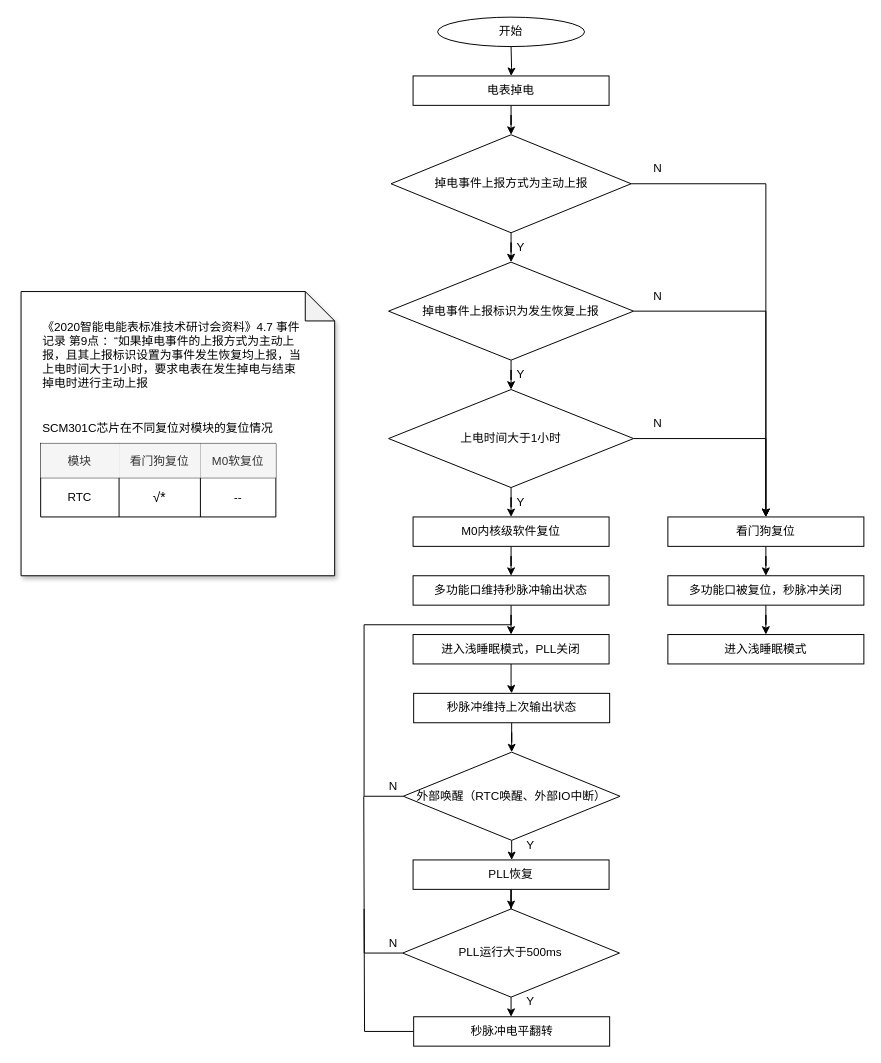
Above: 福建单相表低功耗异常.drawio in wigenbi/Diagrams (draw.io), before the change. Source tidied: cells renumbered, new cells numbered last; positions are measured from the earlier drawing's top-left corner, leaving out a move shared by most shapes. Both pictures are drawn from the tidied source at 98%, with x=0, y=0 at pixel (21, 17).
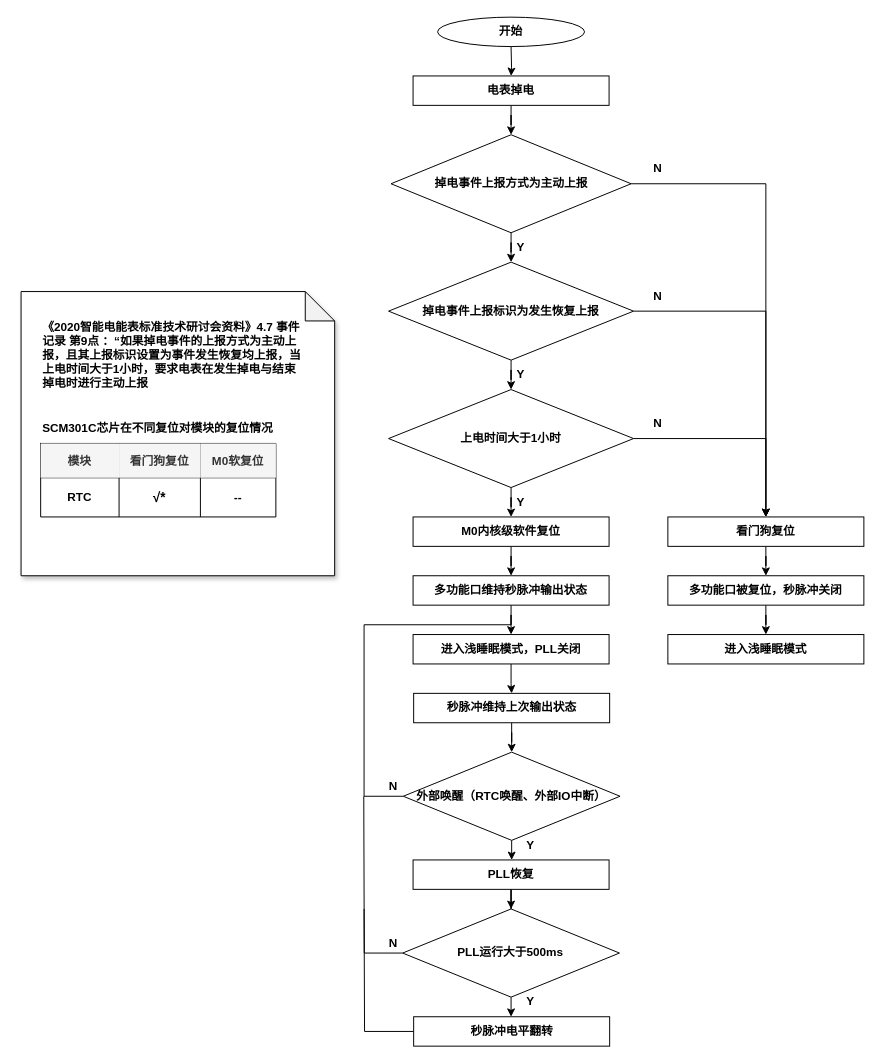
After the change.

Commit message:
更新福建单相表低功耗异常.drawio

The edit, as a diff of the source:
```diff
@@
-    <mxCell id="2" style="edgeStyle=orthogonalEdgeStyle;rounded=0;jettySize=auto;html=1;" parent="1" edge="1" target="4">
+    <mxCell id="2" style="edgeStyle=orthogonalEdgeStyle;rounded=0;jettySize=auto;html=1;fontStyle=1;" parent="1" edge="1" target="4">
       <mxGeometry relative="1" as="geometry">
         <mxPoint x="500" y="30" as="sourcePoint" />
       </mxGeometry>
     </mxCell>
-    <mxCell id="3" style="edgeStyle=orthogonalEdgeStyle;rounded=0;jettySize=auto;html=1;" parent="1" edge="1" source="4" target="7">
+    <mxCell id="3" style="edgeStyle=orthogonalEdgeStyle;rounded=0;jettySize=auto;html=1;fontStyle=1;" parent="1" edge="1" source="4" target="7">
       <mxGeometry relative="1" as="geometry" />
     </mxCell>
-    <mxCell id="4" value="电表掉电" style="rounded=0;whiteSpace=wrap;html=1;" parent="1" vertex="1">
+    <mxCell id="4" value="电表掉电" style="rounded=0;whiteSpace=wrap;html=1;fontStyle=1;" parent="1" vertex="1">
       <mxGeometry x="400" y="60" width="200" height="30" as="geometry" />
     </mxCell>
-    <mxCell id="5" style="edgeStyle=orthogonalEdgeStyle;rounded=0;jettySize=auto;html=1;" parent="1" edge="1" source="7" target="12">
+    <mxCell id="5" style="edgeStyle=orthogonalEdgeStyle;rounded=0;jettySize=auto;html=1;fontStyle=1;" parent="1" edge="1" source="7" target="12">
       <mxGeometry relative="1" as="geometry" />
     </mxCell>
-    <mxCell id="6" style="edgeStyle=orthogonalEdgeStyle;rounded=0;jettySize=auto;html=1;entryX=0.5;entryY=0;entryDx=0;entryDy=0;" parent="1" edge="1" source="7" target="37">
+    <mxCell id="6" style="edgeStyle=orthogonalEdgeStyle;rounded=0;jettySize=auto;html=1;entryX=0.5;entryY=0;entryDx=0;entryDy=0;fontStyle=1;" parent="1" edge="1" source="7" target="37">
       <mxGeometry relative="1" as="geometry" />
     </mxCell>
-    <mxCell id="7" value="掉电事件上报方式为主动上报" style="rhombus;html=1;whiteSpace=wrap;verticalAlign=middle;align=center;horizontal=1;" parent="1" vertex="1">
+    <mxCell id="7" value="掉电事件上报方式为主动上报" style="rhombus;html=1;whiteSpace=wrap;verticalAlign=middle;align=center;horizontal=1;fontStyle=1;" parent="1" vertex="1">
       <mxGeometry x="377.5" y="120" width="245" height="100" as="geometry" />
     </mxCell>
-    <mxCell id="8" value="&lt;div style=&quot;&quot;&gt;&lt;br&gt;&lt;/div&gt;" style="shape=note;whiteSpace=wrap;html=1;backgroundOutline=1;darkOpacity=0.05;align=left;shadow=1;" parent="1" vertex="1">
+    <mxCell id="8" value="&lt;div style=&quot;&quot;&gt;&lt;br&gt;&lt;/div&gt;" style="shape=note;whiteSpace=wrap;html=1;backgroundOutline=1;darkOpacity=0.05;align=left;shadow=1;fontStyle=1;" parent="1" vertex="1">
       <mxGeometry y="280" width="320" height="290" as="geometry" />
     </mxCell>
-    <mxCell id="9" value="开始" style="ellipse;whiteSpace=wrap;html=1;" parent="1" vertex="1">
+    <mxCell id="9" value="开始" style="ellipse;whiteSpace=wrap;html=1;fontStyle=1;" parent="1" vertex="1">
       <mxGeometry x="425" width="150" height="30" as="geometry" />
     </mxCell>
-    <mxCell id="10" style="edgeStyle=orthogonalEdgeStyle;rounded=0;jettySize=auto;html=1;" parent="1" edge="1" source="12" target="15">
+    <mxCell id="10" style="edgeStyle=orthogonalEdgeStyle;rounded=0;jettySize=auto;html=1;fontStyle=1;" parent="1" edge="1" source="12" target="15">
       <mxGeometry relative="1" as="geometry" />
     </mxCell>
-    <mxCell id="11" style="edgeStyle=orthogonalEdgeStyle;rounded=0;jettySize=auto;html=1;entryX=0.5;entryY=0;entryDx=0;entryDy=0;" parent="1" edge="1" source="12" target="37">
+    <mxCell id="11" style="edgeStyle=orthogonalEdgeStyle;rounded=0;jettySize=auto;html=1;entryX=0.5;entryY=0;entryDx=0;entryDy=0;fontStyle=1;" parent="1" edge="1" source="12" target="37">
       <mxGeometry relative="1" as="geometry" />
     </mxCell>
-    <mxCell id="12" value="掉电事件上报标识为发生恢复上报" style="rhombus;whiteSpace=wrap;html=1;" parent="1" vertex="1">
+    <mxCell id="12" value="掉电事件上报标识为发生恢复上报" style="rhombus;whiteSpace=wrap;html=1;fontStyle=1;" parent="1" vertex="1">
       <mxGeometry x="375" y="250" width="250" height="100" as="geometry" />
     </mxCell>
-    <mxCell id="13" style="edgeStyle=orthogonalEdgeStyle;rounded=0;jettySize=auto;html=1;" parent="1" edge="1" source="15" target="19">
+    <mxCell id="13" style="edgeStyle=orthogonalEdgeStyle;rounded=0;jettySize=auto;html=1;fontStyle=1;" parent="1" edge="1" source="15" target="19">
       <mxGeometry relative="1" as="geometry" />
     </mxCell>
-    <mxCell id="14" style="edgeStyle=orthogonalEdgeStyle;rounded=0;jettySize=auto;html=1;" parent="1" edge="1" source="15" target="37">
+    <mxCell id="14" style="edgeStyle=orthogonalEdgeStyle;rounded=0;jettySize=auto;html=1;fontStyle=1;" parent="1" edge="1" source="15" target="37">
       <mxGeometry relative="1" as="geometry" />
     </mxCell>
-    <mxCell id="15" value="上电时间大于1小时" style="rhombus;whiteSpace=wrap;html=1;" parent="1" vertex="1">
+    <mxCell id="15" value="上电时间大于1小时" style="rhombus;whiteSpace=wrap;html=1;fontStyle=1;" parent="1" vertex="1">
       <mxGeometry x="375" y="380" width="250" height="100" as="geometry" />
     </mxCell>
-    <mxCell id="16" value="Y" style="text;html=1;strokeColor=none;fillColor=none;align=center;verticalAlign=middle;whiteSpace=wrap;rounded=0;" parent="1" vertex="1">
+    <mxCell id="16" value="Y" style="text;html=1;strokeColor=none;fillColor=none;align=center;verticalAlign=middle;whiteSpace=wrap;rounded=0;fontStyle=1;" parent="1" vertex="1">
       <mxGeometry x="480" y="220" width="60" height="30" as="geometry" />
     </mxCell>
-    <mxCell id="17" value="Y" style="text;html=1;strokeColor=none;fillColor=none;align=center;verticalAlign=middle;whiteSpace=wrap;rounded=0;" parent="1" vertex="1">
+    <mxCell id="17" value="Y" style="text;html=1;strokeColor=none;fillColor=none;align=center;verticalAlign=middle;whiteSpace=wrap;rounded=0;fontStyle=1;" parent="1" vertex="1">
       <mxGeometry x="480" y="350" width="60" height="30" as="geometry" />
     </mxCell>
-    <mxCell id="18" style="edgeStyle=orthogonalEdgeStyle;rounded=0;jettySize=auto;html=1;" parent="1" edge="1" source="19" target="33">
+    <mxCell id="18" style="edgeStyle=orthogonalEdgeStyle;rounded=0;jettySize=auto;html=1;fontStyle=1;" parent="1" edge="1" source="19" target="33">
       <mxGeometry relative="1" as="geometry" />
     </mxCell>
-    <mxCell id="19" value="M0内核级软件复位" style="rounded=0;whiteSpace=wrap;html=1;" parent="1" vertex="1">
+    <mxCell id="19" value="M0内核级软件复位" style="rounded=0;whiteSpace=wrap;html=1;fontStyle=1;" parent="1" vertex="1">
       <mxGeometry x="400" y="510" width="200" height="30" as="geometry" />
     </mxCell>
-    <mxCell id="20" style="shape=table;startSize=0;childLayout=tableLayout;" parent="1" vertex="1">
+    <mxCell id="20" style="shape=table;startSize=0;childLayout=tableLayout;fontStyle=1;" parent="1" vertex="1">
       <mxGeometry x="20" y="435" width="240" height="75" as="geometry" />
     </mxCell>
-    <mxCell id="21" style="shape=tableRow;horizontal=0;startSize=0;swimlaneHead=0;swimlaneBody=0;strokeColor=inherit;top=0;left=0;bottom=0;right=0;fillColor=none;" parent="20" vertex="1">
+    <mxCell id="21" style="shape=tableRow;horizontal=0;startSize=0;swimlaneHead=0;swimlaneBody=0;strokeColor=inherit;top=0;left=0;bottom=0;right=0;fillColor=none;fontStyle=1;" parent="20" vertex="1">
       <mxGeometry width="240" height="35" as="geometry" />
     </mxCell>
-    <mxCell id="22" value="模块" style="shape=partialRectangle;html=1;whiteSpace=wrap;overflow=hidden;top=0;left=0;bottom=0;right=0;strokeColor=#666666;fillColor=#f5f5f5;fontColor=#333333;" parent="21" vertex="1">
+    <mxCell id="22" value="模块" style="shape=partialRectangle;html=1;whiteSpace=wrap;overflow=hidden;top=0;left=0;bottom=0;right=0;strokeColor=#666666;fillColor=#f5f5f5;fontColor=#333333;fontStyle=1;" parent="21" vertex="1">
       <mxGeometry width="80" height="35" as="geometry" />
     </mxCell>
-    <mxCell id="23" value="看门狗复位" style="shape=partialRectangle;html=1;whiteSpace=wrap;overflow=hidden;top=0;left=0;bottom=0;right=0;strokeColor=#666666;dashed=1;fillColor=#f5f5f5;fontColor=#333333;" parent="21" vertex="1">
+    <mxCell id="23" value="看门狗复位" style="shape=partialRectangle;html=1;whiteSpace=wrap;overflow=hidden;top=0;left=0;bottom=0;right=0;strokeColor=#666666;dashed=1;fillColor=#f5f5f5;fontColor=#333333;fontStyle=1;" parent="21" vertex="1">
       <mxGeometry x="80" width="83" height="35" as="geometry" />
     </mxCell>
-    <mxCell id="24" value="M0软复位" style="shape=partialRectangle;html=1;whiteSpace=wrap;overflow=hidden;top=0;left=0;bottom=0;right=0;strokeColor=#666666;fillColor=#f5f5f5;fontColor=#333333;" parent="21" vertex="1">
+    <mxCell id="24" value="M0软复位" style="shape=partialRectangle;html=1;whiteSpace=wrap;overflow=hidden;top=0;left=0;bottom=0;right=0;strokeColor=#666666;fillColor=#f5f5f5;fontColor=#333333;fontStyle=1;" parent="21" vertex="1">
       <mxGeometry x="163" width="77" height="35" as="geometry" />
     </mxCell>
-    <mxCell id="25" style="shape=tableRow;horizontal=0;startSize=0;swimlaneHead=0;swimlaneBody=0;strokeColor=inherit;top=0;left=0;bottom=0;right=0;fillColor=none;" parent="20" vertex="1">
+    <mxCell id="25" style="shape=tableRow;horizontal=0;startSize=0;swimlaneHead=0;swimlaneBody=0;strokeColor=inherit;top=0;left=0;bottom=0;right=0;fillColor=none;fontStyle=1;" parent="20" vertex="1">
       <mxGeometry y="35" width="240" height="40" as="geometry" />
     </mxCell>
-    <mxCell id="26" value="RTC" style="shape=partialRectangle;html=1;whiteSpace=wrap;strokeColor=inherit;overflow=hidden;fillColor=none;top=0;left=0;bottom=0;right=0;" parent="25" vertex="1">
+    <mxCell id="26" value="RTC" style="shape=partialRectangle;html=1;whiteSpace=wrap;strokeColor=inherit;overflow=hidden;fillColor=none;top=0;left=0;bottom=0;right=0;fontStyle=1;" parent="25" vertex="1">
       <mxGeometry width="80" height="40" as="geometry" />
     </mxCell>
-    <mxCell id="27" value="&lt;div&gt;&lt;font style=&quot;font-size: 14px;&quot;&gt;√*&lt;/font&gt;&lt;/div&gt;" style="shape=partialRectangle;html=1;whiteSpace=wrap;strokeColor=inherit;overflow=hidden;fillColor=none;top=0;left=0;bottom=0;right=0;" parent="25" vertex="1">
+    <mxCell id="27" value="&lt;div&gt;&lt;font style=&quot;font-size: 14px;&quot;&gt;√*&lt;/font&gt;&lt;/div&gt;" style="shape=partialRectangle;html=1;whiteSpace=wrap;strokeColor=inherit;overflow=hidden;fillColor=none;top=0;left=0;bottom=0;right=0;fontStyle=1;" parent="25" vertex="1">
       <mxGeometry x="80" width="83" height="40" as="geometry" />
     </mxCell>
-    <mxCell id="28" value="--" style="shape=partialRectangle;html=1;whiteSpace=wrap;strokeColor=inherit;overflow=hidden;fillColor=none;top=0;left=0;bottom=0;right=0;strokeWidth=1;dashed=1;" parent="25" vertex="1">
+    <mxCell id="28" value="--" style="shape=partialRectangle;html=1;whiteSpace=wrap;strokeColor=inherit;overflow=hidden;fillColor=none;top=0;left=0;bottom=0;right=0;strokeWidth=1;dashed=1;fontStyle=1;" parent="25" vertex="1">
       <mxGeometry x="163" width="77" height="40" as="geometry" />
     </mxCell>
-    <mxCell id="29" value="SCM301C芯片在不同复位对模块的复位情况" style="text;html=1;strokeColor=none;fillColor=none;align=left;verticalAlign=middle;whiteSpace=wrap;rounded=0;" parent="1" vertex="1">
+    <mxCell id="29" value="SCM301C芯片在不同复位对模块的复位情况" style="text;html=1;strokeColor=none;fillColor=none;align=left;verticalAlign=middle;whiteSpace=wrap;rounded=0;fontStyle=1;" parent="1" vertex="1">
       <mxGeometry x="20" y="405" width="246" height="30" as="geometry" />
     </mxCell>
-    <mxCell id="30" value="《2020智能电能表标准技术研讨会资料》4.7 事件记录 第9点 ：“如果掉电事件的上报方式为主动上报，且其上报标识设置为事件发生恢复均上报，当上电时间大于1小时，要求电表在发生掉电与结束掉电时进行主动上报" style="text;html=1;strokeColor=none;fillColor=none;align=left;verticalAlign=middle;whiteSpace=wrap;rounded=0;" parent="1" vertex="1">
+    <mxCell id="30" value="《2020智能电能表标准技术研讨会资料》4.7 事件记录 第9点 ：“如果掉电事件的上报方式为主动上报，且其上报标识设置为事件发生恢复均上报，当上电时间大于1小时，要求电表在发生掉电与结束掉电时进行主动上报" style="text;html=1;strokeColor=none;fillColor=none;align=left;verticalAlign=middle;whiteSpace=wrap;rounded=0;fontStyle=1;" parent="1" vertex="1">
       <mxGeometry x="20" y="310" width="270" height="70" as="geometry" />
     </mxCell>
-    <mxCell id="31" value="Y" style="text;html=1;strokeColor=none;fillColor=none;align=center;verticalAlign=middle;whiteSpace=wrap;rounded=0;" parent="1" vertex="1">
+    <mxCell id="31" value="Y" style="text;html=1;strokeColor=none;fillColor=none;align=center;verticalAlign=middle;whiteSpace=wrap;rounded=0;fontStyle=1;" parent="1" vertex="1">
       <mxGeometry x="480" y="480" width="60" height="30" as="geometry" />
     </mxCell>
-    <mxCell id="32" style="edgeStyle=orthogonalEdgeStyle;rounded=0;jettySize=auto;html=1;" parent="1" edge="1" source="33" target="35">
+    <mxCell id="32" style="edgeStyle=orthogonalEdgeStyle;rounded=0;jettySize=auto;html=1;fontStyle=1;" parent="1" edge="1" source="33" target="35">
       <mxGeometry relative="1" as="geometry" />
     </mxCell>
-    <mxCell id="33" value="多功能口维持秒脉冲输出状态" style="rounded=0;whiteSpace=wrap;html=1;" parent="1" vertex="1">
+    <mxCell id="33" value="多功能口维持秒脉冲输出状态" style="rounded=0;whiteSpace=wrap;html=1;fontStyle=1;" parent="1" vertex="1">
       <mxGeometry x="400" y="570" width="200" height="30" as="geometry" />
     </mxCell>
-    <mxCell id="34" style="edgeStyle=orthogonalEdgeStyle;rounded=0;jettySize=auto;html=1;" parent="1" edge="1" source="35" target="47">
+    <mxCell id="34" style="edgeStyle=orthogonalEdgeStyle;rounded=0;jettySize=auto;html=1;fontStyle=1;" parent="1" edge="1" source="35" target="47">
       <mxGeometry relative="1" as="geometry" />
     </mxCell>
-    <mxCell id="35" value="进入浅睡眠模式，PLL关闭" style="rounded=0;whiteSpace=wrap;html=1;" parent="1" vertex="1">
+    <mxCell id="35" value="进入浅睡眠模式，PLL关闭" style="rounded=0;whiteSpace=wrap;html=1;fontStyle=1;" parent="1" vertex="1">
       <mxGeometry x="400" y="630" width="200" height="30" as="geometry" />
     </mxCell>
-    <mxCell id="36" style="edgeStyle=orthogonalEdgeStyle;rounded=0;jettySize=auto;html=1;" parent="1" edge="1" source="37" target="42">
+    <mxCell id="36" style="edgeStyle=orthogonalEdgeStyle;rounded=0;jettySize=auto;html=1;fontStyle=1;" parent="1" edge="1" source="37" target="42">
       <mxGeometry relative="1" as="geometry" />
     </mxCell>
-    <mxCell id="37" value="看门狗复位" style="rounded=0;whiteSpace=wrap;html=1;" parent="1" vertex="1">
+    <mxCell id="37" value="看门狗复位" style="rounded=0;whiteSpace=wrap;html=1;fontStyle=1;" parent="1" vertex="1">
       <mxGeometry x="660" y="510" width="200" height="30" as="geometry" />
     </mxCell>
-    <mxCell id="38" value="N" style="text;html=1;strokeColor=none;fillColor=none;align=center;verticalAlign=middle;whiteSpace=wrap;rounded=0;" parent="1" vertex="1">
+    <mxCell id="38" value="N" style="text;html=1;strokeColor=none;fillColor=none;align=center;verticalAlign=middle;whiteSpace=wrap;rounded=0;fontStyle=1;" parent="1" vertex="1">
       <mxGeometry x="620" y="140" width="60" height="30" as="geometry" />
     </mxCell>
-    <mxCell id="39" value="N" style="text;html=1;strokeColor=none;fillColor=none;align=center;verticalAlign=middle;whiteSpace=wrap;rounded=0;" parent="1" vertex="1">
+    <mxCell id="39" value="N" style="text;html=1;strokeColor=none;fillColor=none;align=center;verticalAlign=middle;whiteSpace=wrap;rounded=0;fontStyle=1;" parent="1" vertex="1">
       <mxGeometry x="620" y="270" width="60" height="30" as="geometry" />
     </mxCell>
-    <mxCell id="40" value="N" style="text;html=1;strokeColor=none;fillColor=none;align=center;verticalAlign=middle;whiteSpace=wrap;rounded=0;" parent="1" vertex="1">
+    <mxCell id="40" value="N" style="text;html=1;strokeColor=none;fillColor=none;align=center;verticalAlign=middle;whiteSpace=wrap;rounded=0;fontStyle=1;" parent="1" vertex="1">
       <mxGeometry x="620" y="400" width="60" height="30" as="geometry" />
     </mxCell>
-    <mxCell id="41" style="edgeStyle=orthogonalEdgeStyle;rounded=0;jettySize=auto;html=1;" parent="1" edge="1" source="42" target="59">
+    <mxCell id="41" style="edgeStyle=orthogonalEdgeStyle;rounded=0;jettySize=auto;html=1;fontStyle=1;" parent="1" edge="1" source="42" target="59">
       <mxGeometry relative="1" as="geometry" />
     </mxCell>
-    <mxCell id="42" value="多功能口被复位，秒脉冲关闭" style="rounded=0;whiteSpace=wrap;html=1;" parent="1" vertex="1">
+    <mxCell id="42" value="多功能口被复位，秒脉冲关闭" style="rounded=0;whiteSpace=wrap;html=1;fontStyle=1;" parent="1" vertex="1">
       <mxGeometry x="660" y="570" width="200" height="30" as="geometry" />
     </mxCell>
-    <mxCell id="43" style="edgeStyle=orthogonalEdgeStyle;rounded=0;jettySize=auto;html=1;" parent="1" edge="1" source="45" target="50">
+    <mxCell id="43" style="edgeStyle=orthogonalEdgeStyle;rounded=0;jettySize=auto;html=1;fontStyle=1;" parent="1" edge="1" source="45" target="50">
       <mxGeometry relative="1" as="geometry" />
     </mxCell>
-    <mxCell id="44" style="edgeStyle=orthogonalEdgeStyle;rounded=0;jettySize=auto;html=1;exitX=0;exitY=0.5;exitDx=0;exitDy=0;endArrow=none;endFill=0;" parent="1" edge="1" source="45">
+    <mxCell id="44" style="edgeStyle=orthogonalEdgeStyle;rounded=0;jettySize=auto;html=1;exitX=0;exitY=0.5;exitDx=0;exitDy=0;endArrow=none;endFill=0;fontStyle=1;" parent="1" edge="1" source="45">
       <mxGeometry relative="1" as="geometry">
         <mxPoint x="500" y="620" as="targetPoint" />
         <Array as="points">
           <mxPoint x="350" y="795" />
           <mxPoint x="350" y="620" />
         </Array>
       </mxGeometry>
     </mxCell>
-    <mxCell id="45" value="外部唤醒（RTC唤醒、外部IO中断）" style="rhombus;whiteSpace=wrap;html=1;" parent="1" vertex="1">
+    <mxCell id="45" value="外部唤醒（RTC唤醒、外部IO中断）" style="rhombus;whiteSpace=wrap;html=1;fontStyle=1;" parent="1" vertex="1">
       <mxGeometry x="390" y="750" width="221.2" height="90" as="geometry" />
     </mxCell>
-    <mxCell id="46" style="edgeStyle=orthogonalEdgeStyle;rounded=0;jettySize=auto;html=1;" parent="1" edge="1" source="47" target="45">
+    <mxCell id="46" style="edgeStyle=orthogonalEdgeStyle;rounded=0;jettySize=auto;html=1;fontStyle=1;" parent="1" edge="1" source="47" target="45">
       <mxGeometry relative="1" as="geometry" />
     </mxCell>
-    <mxCell id="47" value="秒脉冲维持上次输出状态" style="rounded=0;whiteSpace=wrap;html=1;" parent="1" vertex="1">
+    <mxCell id="47" value="秒脉冲维持上次输出状态" style="rounded=0;whiteSpace=wrap;html=1;fontStyle=1;" parent="1" vertex="1">
       <mxGeometry x="400.6" y="690" width="200" height="30" as="geometry" />
     </mxCell>
-    <mxCell id="48" value="N" style="text;html=1;strokeColor=none;fillColor=none;align=center;verticalAlign=middle;whiteSpace=wrap;rounded=0;" parent="1" vertex="1">
+    <mxCell id="48" value="N" style="text;html=1;strokeColor=none;fillColor=none;align=center;verticalAlign=middle;whiteSpace=wrap;rounded=0;fontStyle=1;" parent="1" vertex="1">
       <mxGeometry x="350" y="770" width="60" height="30" as="geometry" />
     </mxCell>
-    <mxCell id="49" style="edgeStyle=orthogonalEdgeStyle;rounded=0;jettySize=auto;html=1;" parent="1" edge="1" source="50" target="54">
+    <mxCell id="49" style="edgeStyle=orthogonalEdgeStyle;rounded=0;jettySize=auto;html=1;fontStyle=1;" parent="1" edge="1" source="50" target="54">
       <mxGeometry relative="1" as="geometry" />
     </mxCell>
-    <mxCell id="50" value="PLL恢复" style="rounded=0;whiteSpace=wrap;html=1;" parent="1" vertex="1">
+    <mxCell id="50" value="PLL恢复" style="rounded=0;whiteSpace=wrap;html=1;fontStyle=1;" parent="1" vertex="1">
       <mxGeometry x="400" y="860" width="200" height="30" as="geometry" />
     </mxCell>
-    <mxCell id="51" value="Y" style="text;html=1;strokeColor=none;fillColor=none;align=center;verticalAlign=middle;whiteSpace=wrap;rounded=0;" parent="1" vertex="1">
+    <mxCell id="51" value="Y" style="text;html=1;strokeColor=none;fillColor=none;align=center;verticalAlign=middle;whiteSpace=wrap;rounded=0;fontStyle=1;" parent="1" vertex="1">
       <mxGeometry x="490" y="830" width="60" height="30" as="geometry" />
     </mxCell>
-    <mxCell id="52" style="edgeStyle=orthogonalEdgeStyle;rounded=0;jettySize=auto;html=1;exitX=0;exitY=0.5;exitDx=0;exitDy=0;endArrow=none;endFill=0;" parent="1" edge="1" source="54">
+    <mxCell id="52" style="edgeStyle=orthogonalEdgeStyle;rounded=0;jettySize=auto;html=1;exitX=0;exitY=0.5;exitDx=0;exitDy=0;endArrow=none;endFill=0;fontStyle=1;" parent="1" edge="1" source="54">
       <mxGeometry relative="1" as="geometry">
         <mxPoint x="349.7" y="795" as="targetPoint" />
       </mxGeometry>
     </mxCell>
-    <mxCell id="53" style="edgeStyle=orthogonalEdgeStyle;rounded=0;jettySize=auto;html=1;" parent="1" edge="1" source="54" target="57">
+    <mxCell id="53" style="edgeStyle=orthogonalEdgeStyle;rounded=0;jettySize=auto;html=1;fontStyle=1;" parent="1" edge="1" source="54" target="57">
       <mxGeometry relative="1" as="geometry" />
     </mxCell>
-    <mxCell id="54" value="PLL运行大于500ms" style="rhombus;whiteSpace=wrap;html=1;" parent="1" vertex="1">
+    <mxCell id="54" value="PLL运行大于500ms" style="rhombus;whiteSpace=wrap;html=1;fontStyle=1;" parent="1" vertex="1">
       <mxGeometry x="389.4" y="910" width="221.2" height="90" as="geometry" />
     </mxCell>
-    <mxCell id="55" value="N" style="text;html=1;strokeColor=none;fillColor=none;align=center;verticalAlign=middle;whiteSpace=wrap;rounded=0;" parent="1" vertex="1">
+    <mxCell id="55" value="N" style="text;html=1;strokeColor=none;fillColor=none;align=center;verticalAlign=middle;whiteSpace=wrap;rounded=0;fontStyle=1;" parent="1" vertex="1">
       <mxGeometry x="350" y="930" width="60" height="30" as="geometry" />
     </mxCell>
-    <mxCell id="56" style="edgeStyle=orthogonalEdgeStyle;rounded=0;jettySize=auto;html=1;exitX=0;exitY=0.5;exitDx=0;exitDy=0;endArrow=none;endFill=0;" parent="1" edge="1" source="57">
+    <mxCell id="56" style="edgeStyle=orthogonalEdgeStyle;rounded=0;jettySize=auto;html=1;exitX=0;exitY=0.5;exitDx=0;exitDy=0;endArrow=none;endFill=0;fontStyle=1;" parent="1" edge="1" source="57">
       <mxGeometry relative="1" as="geometry">
         <mxPoint x="350" y="910" as="targetPoint" />
       </mxGeometry>
     </mxCell>
-    <mxCell id="57" value="秒脉冲电平翻转" style="rounded=0;whiteSpace=wrap;html=1;" parent="1" vertex="1">
+    <mxCell id="57" value="秒脉冲电平翻转" style="rounded=0;whiteSpace=wrap;html=1;fontStyle=1;" parent="1" vertex="1">
       <mxGeometry x="400.6" y="1020" width="200" height="30" as="geometry" />
     </mxCell>
-    <mxCell id="58" value="Y" style="text;html=1;strokeColor=none;fillColor=none;align=center;verticalAlign=middle;whiteSpace=wrap;rounded=0;" parent="1" vertex="1">
+    <mxCell id="58" value="Y" style="text;html=1;strokeColor=none;fillColor=none;align=center;verticalAlign=middle;whiteSpace=wrap;rounded=0;fontStyle=1;" parent="1" vertex="1">
       <mxGeometry x="490" y="990" width="60" height="30" as="geometry" />
     </mxCell>
-    <mxCell id="59" value="进入浅睡眠模式" style="rounded=0;whiteSpace=wrap;html=1;" parent="1" vertex="1">
+    <mxCell id="59" value="进入浅睡眠模式" style="rounded=0;whiteSpace=wrap;html=1;fontStyle=1;" parent="1" vertex="1">
       <mxGeometry x="660" y="630" width="200" height="30" as="geometry" />
     </mxCell>
```
